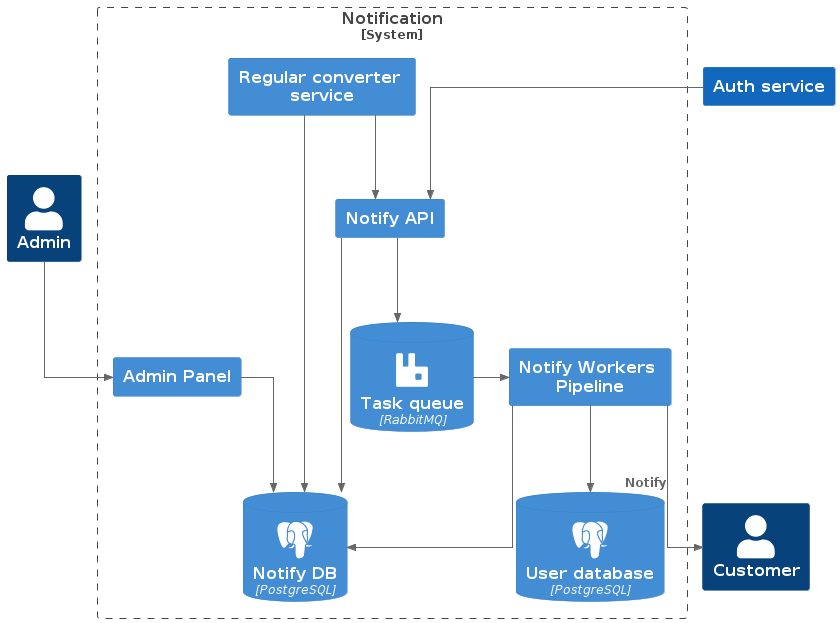
Before: diagrams/out/to_be.png, a diagram exported from PlantUML (likeinlife-Yandex-Practicum/notification).
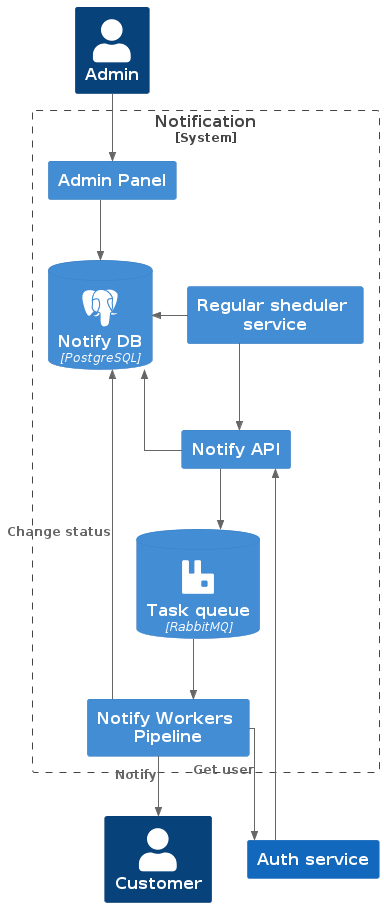
The same diagram one commit later.

Diff of the diagram source:
```diff
@@ -14,12 +14,11 @@
 System_Boundary(notification_system, "Notification") {
     Container(admin_panel, "Admin Panel")
     Container(notify_api, "Notify API")
-    Container(notify_regular_service, "Regular converter service")
+    Container(notify_regular_service, "Regular sheduler service")
     Container(notify_workers_pipeline, "Notify Workers Pipeline")
     ContainerDb(db, "Notify DB", "PostgreSQL", $sprite="postgresql")
 
     ContainerDb(queue, "Task queue", "RabbitMQ", $sprite="rabbitmq")
-    ContainerDb(user_db, "User database", "PostgreSQL", $sprite="postgresql")
 }
 
 Rel(auth_service, notify_api, "")
@@ -27,15 +26,15 @@
 Rel(notify_admin, admin_panel, "")
 Rel(admin_panel, db, "")
 
-Rel_R(notify_api, db, "")
+Rel(notify_api, db, "")
 Rel(notify_api, queue, " ")
 
-Rel(notify_regular_service, db, " ")
-Rel(notify_regular_service, notify_api, "")
+Rel_L(notify_regular_service, db, " ")
+Rel(notify_regular_service, notify_api, " ")
 
-Rel(notify_workers_pipeline, user_db, " ")
-Rel_R(queue, notify_workers_pipeline, " ")
-Rel(notify_workers_pipeline, db, " ")
+Rel(queue, notify_workers_pipeline, " ")
+Rel(notify_workers_pipeline, db, "Change status")
+Rel(notify_workers_pipeline, auth_service, "Get user")
 
 Rel(notify_workers_pipeline, user, "Notify")
 
```
